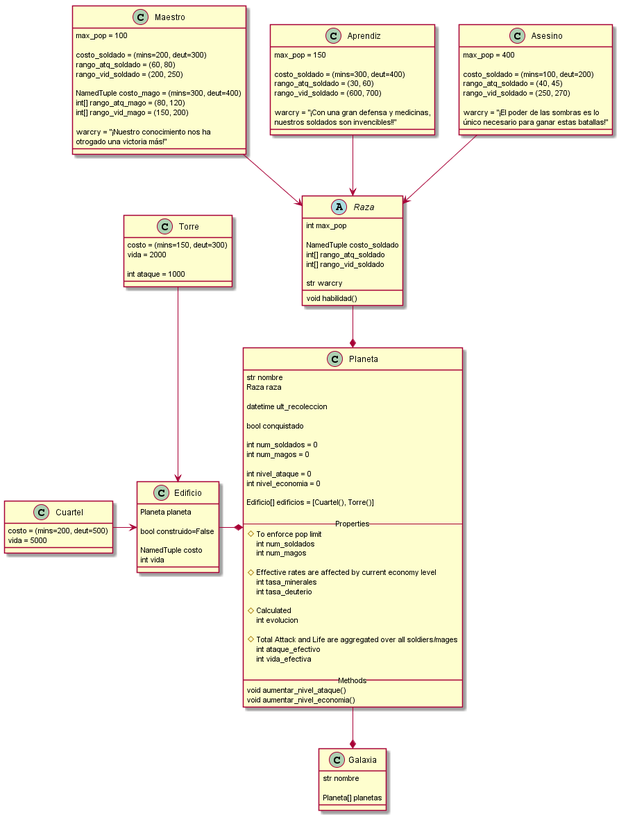
This is Tareas/T01/uml_classes.png from contranton/IIC2233, a PlantUML export, as it was before one commit. Source of this version:
```plantuml
@startuml
class Galaxia{
      str nombre

      Planeta[] planetas
}

Class Planeta{
      str nombre
      Raza raza

      datetime ult_recoleccion

      bool conquistado

      int num_soldados = 0
      int num_magos = 0

      int nivel_ataque = 0
      int nivel_economia = 0

      {field} Edificio[] edificios = [Cuartel(), Torre()]

      -- Properties --
      # To enforce pop limit
      int num_soldados
      int num_magos

      # Effective rates are affected by current economy level
      int tasa_minerales
      int tasa_deuterio

      # Calculated
      int evolucion

      # Total Attack and Life are aggregated over all soldiers/mages
      int ataque_efectivo
      int vida_efectiva

      __ Methods __
      void aumentar_nivel_ataque()
      void aumentar_nivel_economia()
}

Planeta --* Galaxia

Class Edificio{
      Planeta planeta

      bool construido=False

      NamedTuple costo
      int vida
}

Class Cuartel{
      {field} costo = (mins=200, deut=500)
      vida = 5000
}

class Torre{
      {field} costo = (mins=150, deut=300)
      vida = 2000

      int ataque = 1000
}

Torre --> Edificio
Cuartel -> Edificio

Edificio -* Planeta



abstract Class Raza{

	 int max_pop

	 NamedTuple costo_soldado
	 int[] rango_atq_soldado
	 int[] rango_vid_soldado

	 str warcry

	 void habilidad()
}

Class Maestro{
       max_pop = 100

      {field} costo_soldado = (mins=200, deut=300)
      {field} rango_atq_soldado = (60, 80)
      {field} rango_vid_soldado = (200, 250)

      {field} NamedTuple costo_mago = (mins=300, deut=400)
      {field} int[] rango_atq_mago = (80, 120)
      {field} int[] rango_vid_mago = (150, 200)

      warcry = "¡Nuestro conocimiento nos ha\notrogado una victoria más!"

}

Class Aprendiz{

      max_pop = 150

      {field} costo_soldado = (mins=300, deut=400)
      {field} rango_atq_soldado = (30, 60)
      {field} rango_vid_soldado = (600, 700)

      warcry = "¡Con una gran defensa y medicinas,\nnuestros soldados son invencibles!!"
}

Class Asesino{
      max_pop = 400

      {field} costo_soldado = (mins=100, deut=200)
      {field} rango_atq_soldado = (40, 45)
      {field} rango_vid_soldado = (250, 270)

      warcry = "¡El poder de las sombras es lo\núnico necesario para ganar estas batallas!"
}

Maestro --> Raza
Aprendiz --> Raza
Asesino --> Raza

Raza --* Planeta


@enduml
```
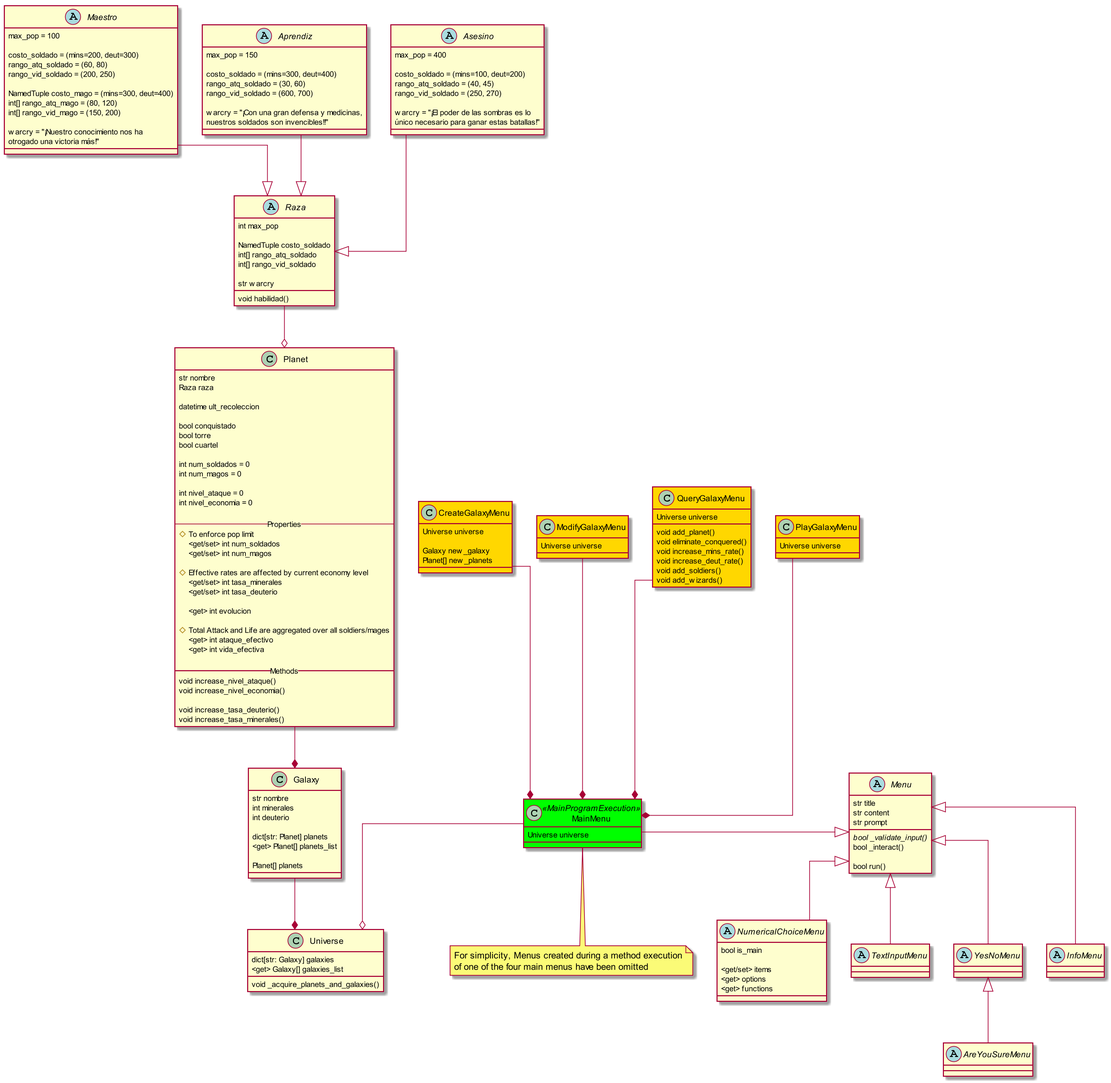
Later version of the same file.

Commit message:
Refactoring bugfixes and new uml diagram

What changed in the source:
```diff
@@ -1,17 +1,38 @@
 @startuml
-class Galaxia{
-      str nombre
+scale 2
+skinparam Linetype ortho
 
-      Planeta[] planetas
+skinparam class{
+	  BackgroundColor<< MainProgramExecution>> Lime
 }
 
-Class Planeta{
+class Universe{
+      dict[str: Galaxy] galaxies
+      <get> Galaxy[] galaxies_list
+
+      void _acquire_planets_and_galaxies()
+}
+
+class Galaxy{
+      str nombre
+      int minerales
+      int deuterio
+
+      dict[str: Planet] planets
+      <get> Planet[] planets_list
+
+      Planet[] planets
+}
+
+Class Planet{
       str nombre
       Raza raza
 
       datetime ult_recoleccion
 
       bool conquistado
+      bool torre
+      bool cuartel
 
       int num_soldados = 0
       int num_magos = 0
@@ -19,57 +40,31 @@
       int nivel_ataque = 0
       int nivel_economia = 0
 
-      {field} Edificio[] edificios = [Cuartel(), Torre()]
-
       -- Properties --
       # To enforce pop limit
-      int num_soldados
-      int num_magos
+      <get/set> int num_soldados
+      <get/set> int num_magos
 
       # Effective rates are affected by current economy level
-      int tasa_minerales
-      int tasa_deuterio
+      <get/set> int tasa_minerales
+      <get/set> int tasa_deuterio
 
-      # Calculated
-      int evolucion
+      <get> int evolucion
 
       # Total Attack and Life are aggregated over all soldiers/mages
-      int ataque_efectivo
-      int vida_efectiva
+      <get> int ataque_efectivo
+      <get> int vida_efectiva
 
       __ Methods __
-      void aumentar_nivel_ataque()
-      void aumentar_nivel_economia()
+      void increase_nivel_ataque()
+      void increase_nivel_economia()
+
+      void increase_tasa_deuterio()
+      void increase_tasa_minerales()
 }
 
-Planeta --* Galaxia
-
-Class Edificio{
-      Planeta planeta
-
-      bool construido=False
-
-      NamedTuple costo
-      int vida
-}
-
-Class Cuartel{
-      {field} costo = (mins=200, deut=500)
-      vida = 5000
-}
-
-class Torre{
-      {field} costo = (mins=150, deut=300)
-      vida = 2000
-
-      int ataque = 1000
-}
-
-Torre --> Edificio
-Cuartel -> Edificio
-
-Edificio -* Planeta
-
+Planet --* Galaxy
+Galaxy --* Universe
 
 
 abstract Class Raza{
@@ -85,7 +80,7 @@
 	 void habilidad()
 }
 
-Class Maestro{
+abstract Class Maestro{
        max_pop = 100
 
       {field} costo_soldado = (mins=200, deut=300)
@@ -100,7 +95,7 @@
 
 }
 
-Class Aprendiz{
+abstract Class Aprendiz{
 
       max_pop = 150
 
@@ -111,7 +106,7 @@
       warcry = "¡Con una gran defensa y medicinas,\nnuestros soldados son invencibles!!"
 }
 
-Class Asesino{
+abstract Class Asesino{
       max_pop = 400
 
       {field} costo_soldado = (mins=100, deut=200)
@@ -121,11 +116,96 @@
       warcry = "¡El poder de las sombras es lo\núnico necesario para ganar estas batallas!"
 }
 
-Maestro --> Raza
-Aprendiz --> Raza
-Asesino --> Raza
+Maestro --^ Raza
+Aprendiz --^ Raza
+Asesino --^ Raza
 
-Raza --* Planeta
+Raza --o Planet
+
+
+
+abstract class Menu{
+	 str title
+	 str content
+	 str prompt
+
+	 {abstract} bool _validate_input()
+	 bool _interact()
+
+	 bool run()
+}
+
+abstract class NumericalChoiceMenu{
+	 bool is_main
+
+	 <get/set> items
+	 <get> options
+	 <get> functions
+}
+
+abstract class TextInputMenu
+
+abstract class YesNoMenu
+
+abstract class AreYouSureMenu
+
+abstract class InfoMenu
+
+Menu ^-- NumericalChoiceMenu
+Menu ^-- TextInputMenu
+Menu ^-- YesNoMenu
+Menu ^-- InfoMenu
+
+YesNoMenu ^-- AreYouSureMenu
+
+class MainMenu << MainProgramExecution >>{
+      Universe universe
+}
+
+class CreateGalaxyMenu #gold{
+      Universe universe
+
+      Galaxy new_galaxy
+      Planet[] new_planets
+}
+
+note bottom of MainMenu
+     For simplicity, Menus created during a method execution
+     of one of the four main menus have been omitted
+end note
+
+class ModifyGalaxyMenu #gold{
+      Universe universe
+
+}
+
+class QueryGalaxyMenu #gold{
+      Universe universe
+
+      void add_planet()
+      void eliminate_conquered()
+      void increase_mins_rate()
+      void increase_deut_rate()
+      void add_soldiers()
+      void add_wizards()
+}
+
+class PlayGalaxyMenu #gold{
+      Universe universe
+}
+
+Menu ^-left- MainMenu
+
+MainMenu --o Universe
+
+
+CreateGalaxyMenu --* MainMenu
+ModifyGalaxyMenu --* MainMenu
+QueryGalaxyMenu --* MainMenu
+PlayGalaxyMenu --* MainMenu
+
+
+
 
 
 @enduml
```
